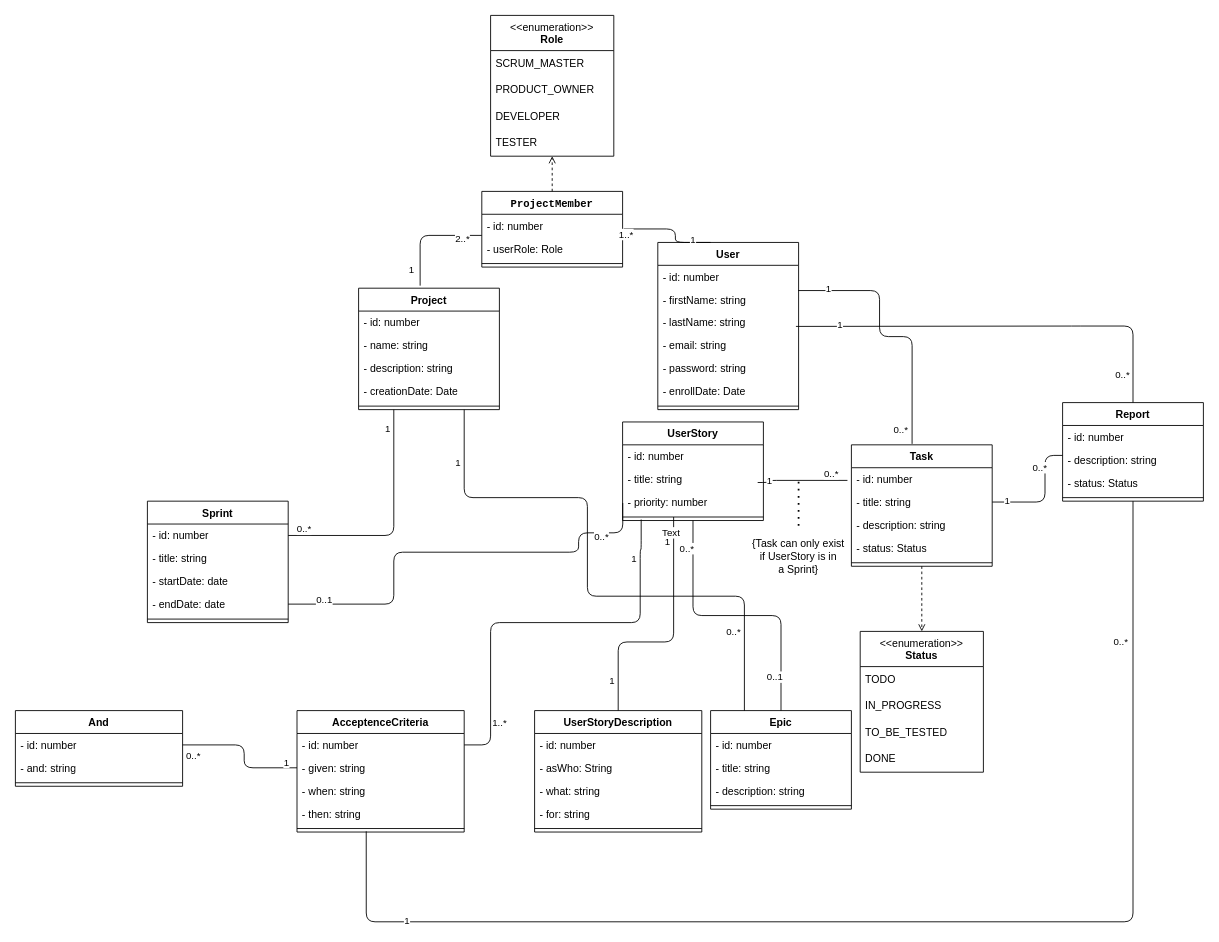
tawfiqAK17/SprintFlow keeps this draw.io diagram as docs/classDiag.drawio. Above is the earlier version. Source tidied: cells renumbered, new cells numbered last; positions are measured from the earlier drawing's top-left corner, leaving out a move shared by most shapes. Both pictures are drawn from the tidied source at 88%, with x=0, y=0 at pixel (15, 15).
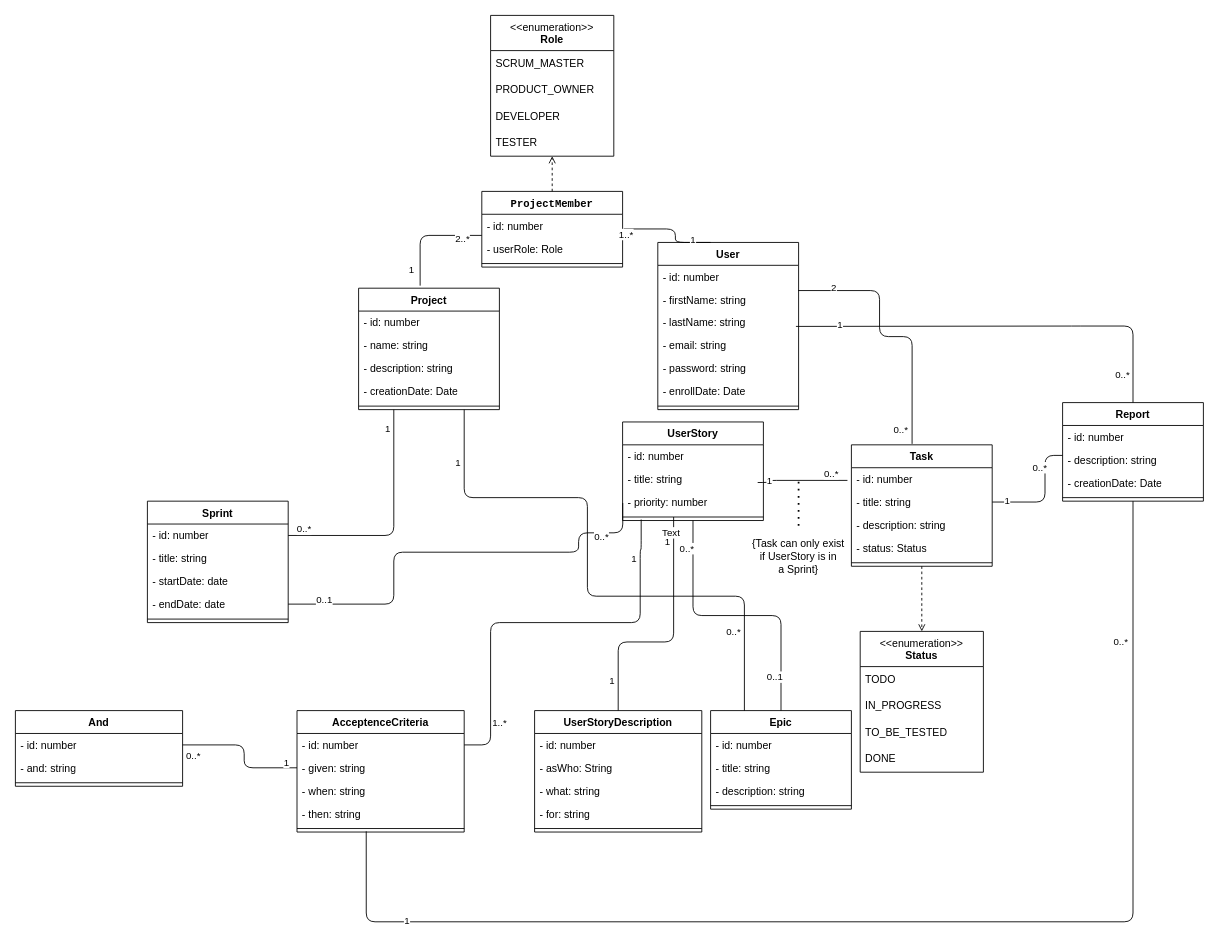
The same page after the edit.

Commit message (it also covers changes not shown here):
docs(api/classDiagram): updated Task endpoints and Class Diagram

The change refers to these unchanged cells:
```xml
<mxCell id="4" value="- firstName: string" style="text;strokeColor=none;fillColor=none;align=left;verticalAlign=top;spacingLeft=4;spacingRight=4;overflow=hidden;points=[[0,0.5],[1,0.5]];portConstraint=eastwest;whiteSpace=wrap;html=1;" parent="2" vertex="1">
  <mxGeometry y="52" width="160" height="26" as="geometry" />
</mxCell>
<mxCell id="32" value="Task" style="swimlane;fontStyle=1;align=center;verticalAlign=top;horizontal=1;startSize=26;whiteSpace=wrap;html=1;" parent="1" vertex="1">
  <mxGeometry x="950" y="488" width="160" height="138" as="geometry" />
</mxCell>
<mxCell id="106" value="Report" style="swimlane;fontStyle=1;align=center;verticalAlign=top;horizontal=1;startSize=26;whiteSpace=wrap;html=1;" parent="1" vertex="1">
  <mxGeometry x="1190" y="440" width="160" height="112" as="geometry" />
</mxCell>
```

Change to the diagram source:
```diff
@@
-    <mxCell id="50" style="endArrow=none;html=1;endSize=12;startArrow=none;startSize=14;startFill=0;edgeStyle=orthogonalEdgeStyle;entryX=0.997;entryY=0.103;entryDx=0;entryDy=0;entryPerimeter=0;exitX=0.431;exitY=-0.008;exitDx=0;exitDy=0;exitPerimeter=0;" parent="1" edge="1" source="32" target="4">
-      <mxGeometry relative="1" as="geometry">
+    <mxCell id="50" value="2" style="endArrow=none;html=1;endSize=12;startArrow=none;startSize=14;startFill=0;edgeStyle=orthogonalEdgeStyle;entryX=0.997;entryY=0.103;entryDx=0;entryDy=0;entryPerimeter=0;exitX=0.431;exitY=-0.008;exitDx=0;exitDy=0;exitPerimeter=0;" parent="1" edge="1" source="32" target="4">
+      <mxGeometry x="0.73" y="-3" relative="1" as="geometry">
         <Array as="points">
           <mxPoint x="1019" y="365" />
           <mxPoint x="982" y="365" />
         </Array>
       </mxGeometry>
     </mxCell>
@@
-    <mxCell id="52" value="1" style="edgeLabel;html=1;align=center;verticalAlign=middle;" parent="50" vertex="1">
-      <mxGeometry x="0.8" y="-1" relative="1" as="geometry">
-        <mxPoint x="3" y="-1" as="offset" />
-      </mxGeometry>
-    </mxCell>
@@
-    <mxCell id="109" value="- status: Status" style="text;strokeColor=none;fillColor=none;align=left;verticalAlign=top;spacingLeft=4;spacingRight=4;overflow=hidden;whiteSpace=wrap;html=1;" parent="106" vertex="1">
-      <mxGeometry y="78" width="160" height="26" as="geometry" />
-    </mxCell>
+    <mxCell id="120" value="- creationDate: Date" style="text;strokeColor=none;fillColor=none;align=left;verticalAlign=top;spacingLeft=4;spacingRight=4;overflow=hidden;whiteSpace=wrap;html=1;" parent="106" vertex="1">
+      <mxGeometry y="78" width="160" height="26" as="geometry" />
+    </mxCell>
```
